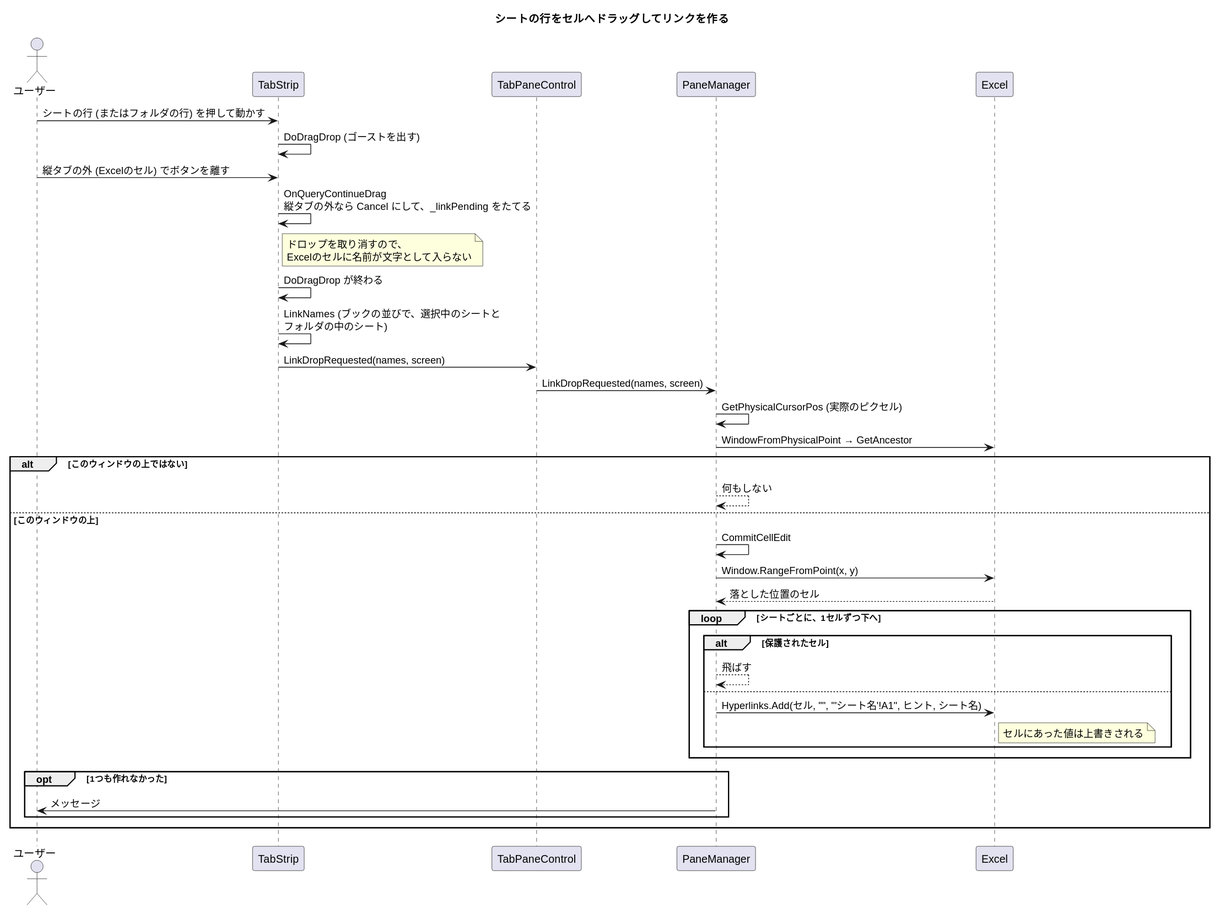
Above: docs/sequence-link.svg in nk-taka623/VerticalSheetTabs (PlantUML), before the change.
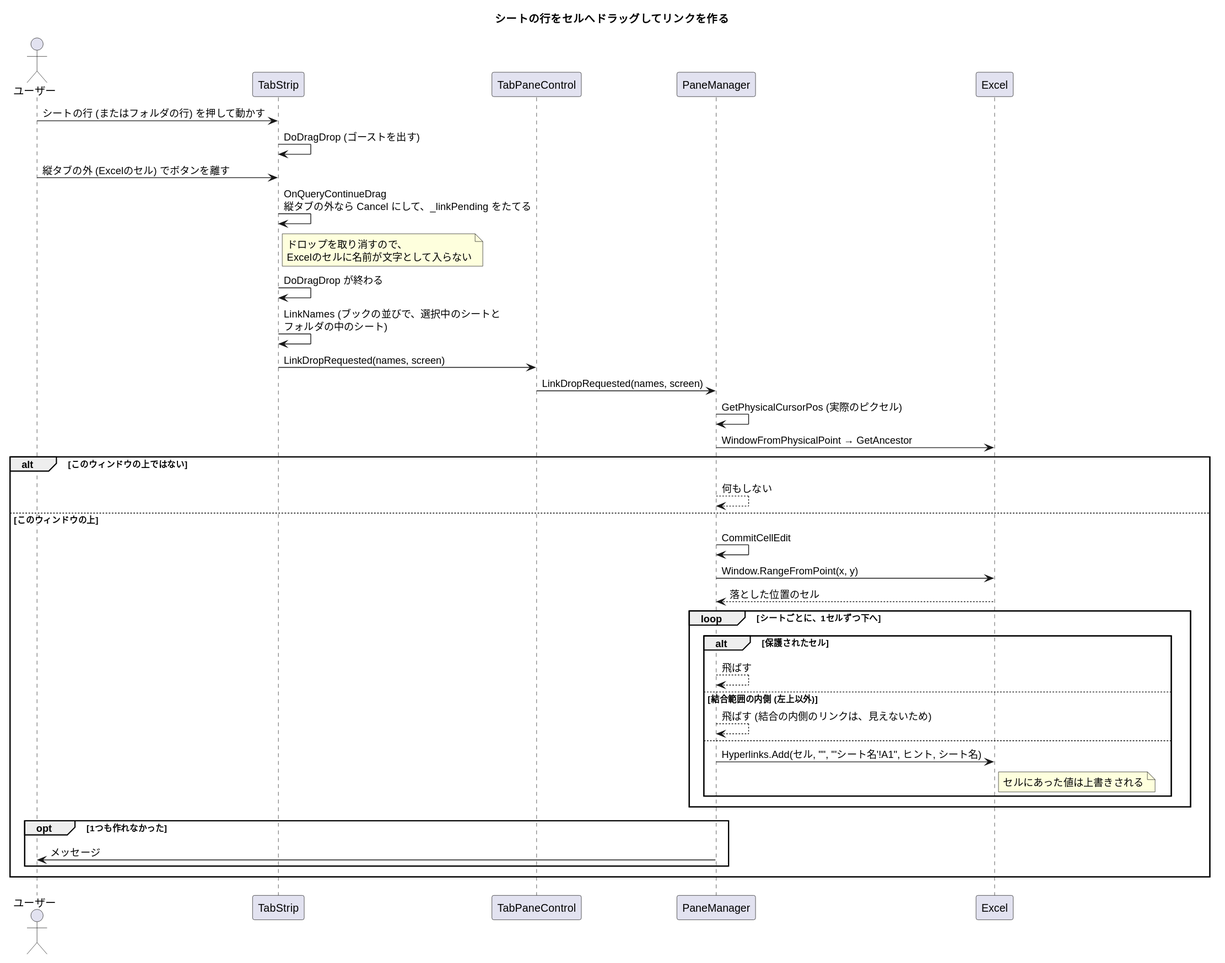
After the change.

The edit, as a diff of the source:
```diff
@@ -29,6 +29,8 @@
   loop シートごとに、1セルずつ下へ
     alt 保護されたセル
       P --> P : 飛ばす
+    else 結合範囲の内側 (左上以外)
+      P --> P : 飛ばす (結合の内側のリンクは、見えないため)
     else
       P -> XL : Hyperlinks.Add(セル, "", "'シート名'!A1", ヒント, シート名)
       note right of XL : セルにあった値は上書きされる
```
